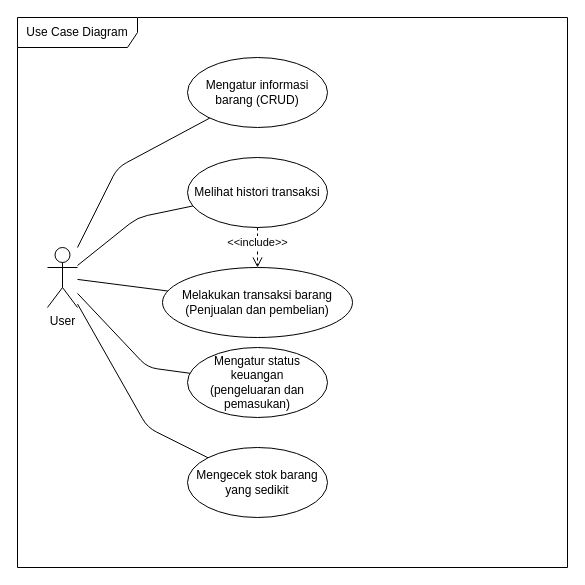
The draw.io diagram Diagram/Use Case Diagram.drawio in ryusu777/dodo-app, before the edit. Source tidied: cells renumbered, new cells numbered last; positions are measured from the earlier drawing's top-left corner, leaving out a move shared by most shapes. Both pictures are drawn from the tidied source at 100%, with x=0, y=0 at pixel (17, 17).
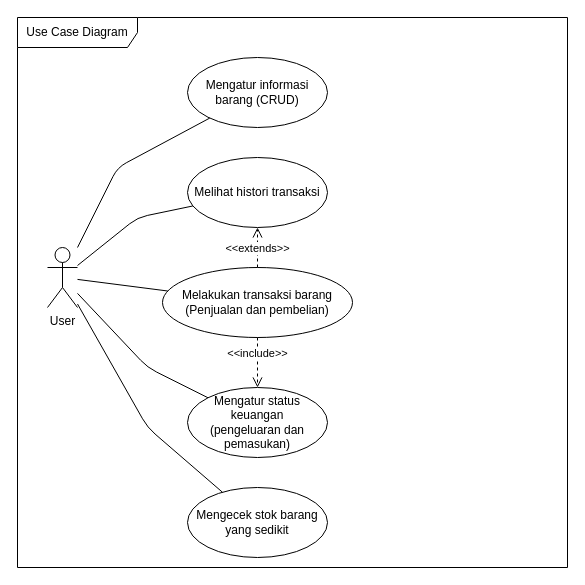
The same diagram, later.

Unchanged cells that the change refers to:
```xml
<mxCell id="6" value="Melakukan transaksi barang&lt;br&gt;(Penjualan dan pembelian)" style="ellipse;whiteSpace=wrap;html=1;" parent="1" vertex="1">
  <mxGeometry x="145" y="250" width="190" height="70" as="geometry" />
</mxCell>
<mxCell id="9" value="Melihat histori transaksi" style="ellipse;whiteSpace=wrap;html=1;" parent="1" vertex="1">
  <mxGeometry x="170" y="140" width="140" height="70" as="geometry" />
</mxCell>
```

Diff of the diagram source:
```diff
@@
     <mxCell id="11" value="Mengecek stok barang yang sedikit" style="ellipse;whiteSpace=wrap;html=1;" parent="1" vertex="1">
-      <mxGeometry x="170" y="430" width="140" height="70" as="geometry" />
+      <mxGeometry x="170" y="470" width="140" height="70" as="geometry" />
     </mxCell>
@@
     <mxCell id="13" value="Mengatur status keuangan&lt;br&gt;(pengeluaran dan pemasukan)" style="ellipse;whiteSpace=wrap;html=1;" parent="1" vertex="1">
-      <mxGeometry x="170" y="330" width="140" height="70" as="geometry" />
+      <mxGeometry x="170" y="370" width="140" height="70" as="geometry" />
     </mxCell>
-    <mxCell id="14" value="&amp;lt;&amp;lt;include&amp;gt;&amp;gt;" style="html=1;verticalAlign=bottom;endArrow=open;dashed=1;endSize=8;" parent="1" edge="1" source="9" target="6">
-      <mxGeometry x="0.2" relative="1" as="geometry" />
+    <mxCell id="14" value="&amp;lt;&amp;lt;include&amp;gt;&amp;gt;" style="html=1;verticalAlign=bottom;endArrow=open;dashed=1;endSize=8;" parent="1" edge="1" source="6" target="13">
+      <mxGeometry relative="1" as="geometry" />
     </mxCell>
+    <mxCell id="15" value="&amp;lt;&amp;lt;extends&amp;gt;&amp;gt;" style="html=1;verticalAlign=bottom;endArrow=open;dashed=1;endSize=8;" parent="1" edge="1" source="6" target="9">
+      <mxGeometry x="-0.5" relative="1" as="geometry" />
+    </mxCell>
```
